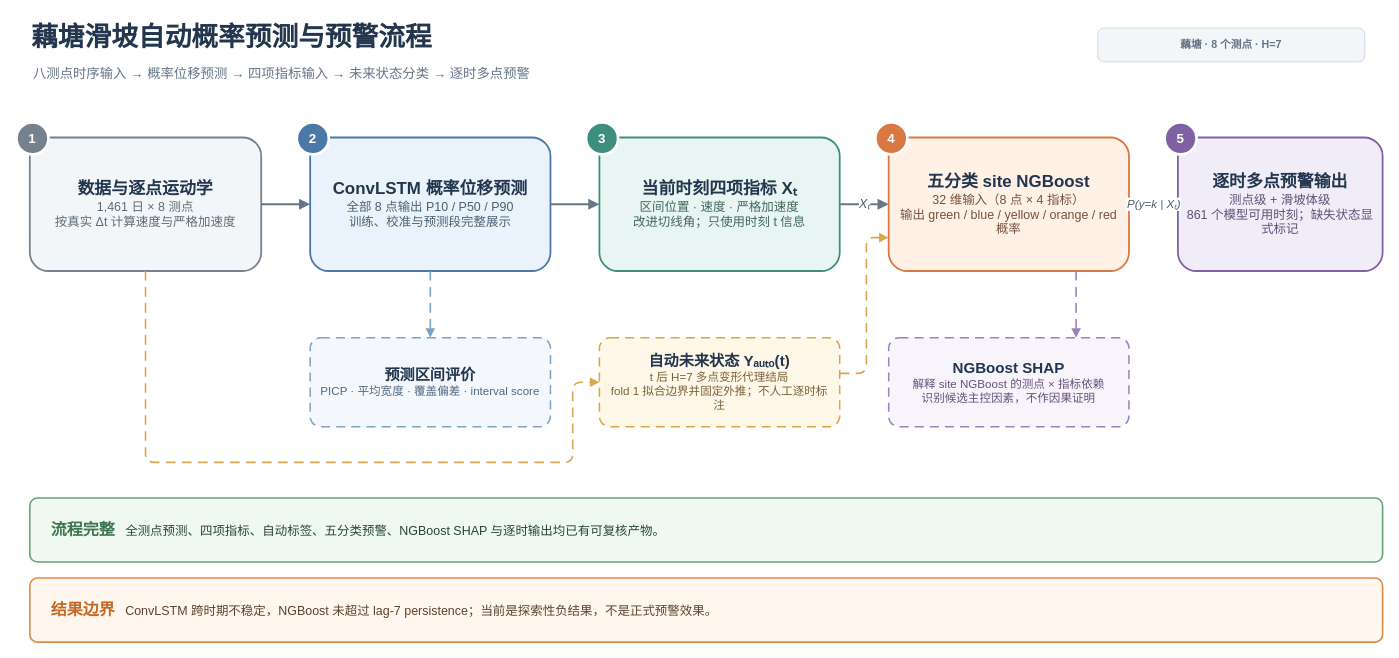
wcqqq1214/Landslide-Warning keeps this draw.io diagram as paper/figures/process_overview.drawio. Above is the earlier version. Source tidied: cells renumbered, new cells numbered last; positions are measured from the earlier drawing's top-left corner, leaving out a move shared by most shapes. Both pictures are drawn from the tidied source at 89%, with x=0, y=0 at pixel (16, 15).
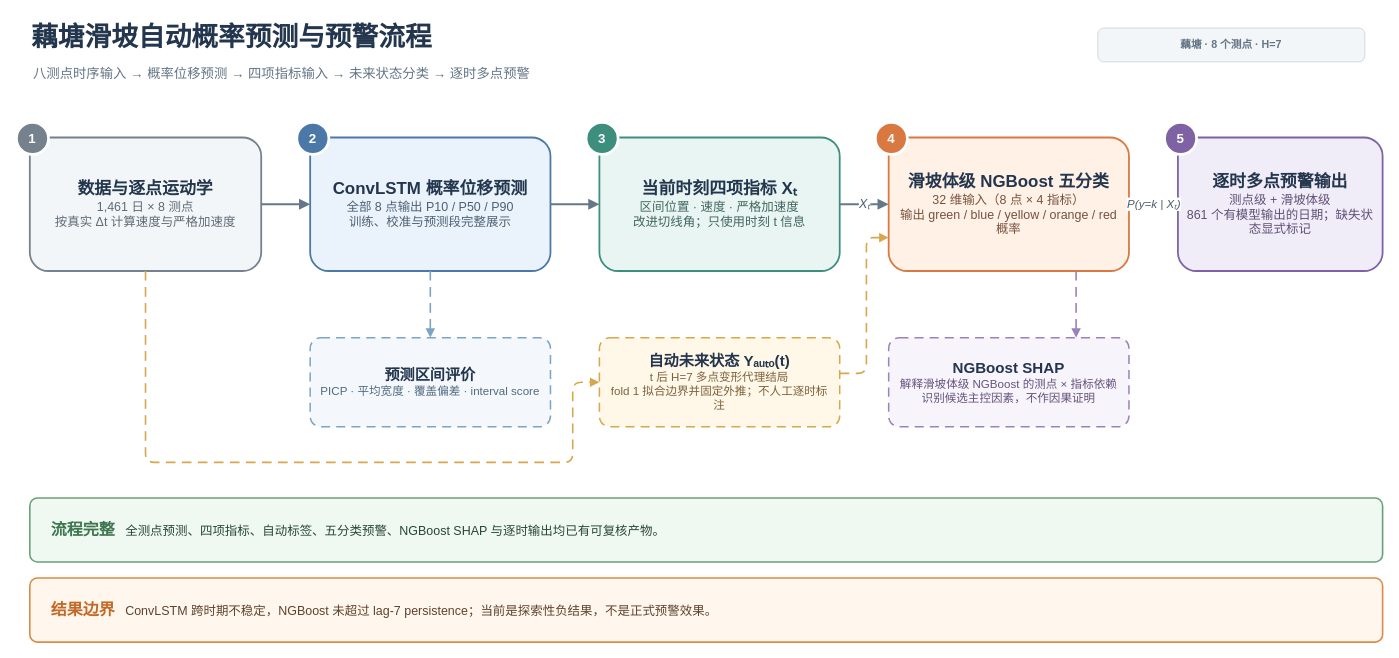
After the change.

The edit, as a diff of the source:
```diff
@@
-    <mxCell id="8" value="&lt;b&gt;&lt;font style=&quot;font-size:19px&quot;&gt;五分类 site NGBoost&lt;/font&gt;&lt;/b&gt;&lt;br&gt;&lt;font color=&quot;#76523E&quot;&gt;32 维输入（8 点 × 4 指标）&lt;br&gt;输出 green / blue / yellow / orange / red 概率&lt;/font&gt;" style="rounded=1;whiteSpace=wrap;html=1;arcSize=14;fillColor=#FFF1E6;strokeColor=#D97841;strokeWidth=2;fontFamily=PingFang SC;fontSize=14;fontColor=#23364D;align=center;verticalAlign=middle;spacing=10;shadow=0;" parent="1" vertex="1">
+    <mxCell id="8" value="&lt;b&gt;&lt;font style=&quot;font-size:19px&quot;&gt;滑坡体级 NGBoost 五分类&lt;/font&gt;&lt;/b&gt;&lt;br&gt;&lt;font color=&quot;#76523E&quot;&gt;32 维输入（8 点 × 4 指标）&lt;br&gt;输出 green / blue / yellow / orange / red 概率&lt;/font&gt;" style="rounded=1;whiteSpace=wrap;html=1;arcSize=14;fillColor=#FFF1E6;strokeColor=#D97841;strokeWidth=2;fontFamily=PingFang SC;fontSize=14;fontColor=#23364D;align=center;verticalAlign=middle;spacing=10;shadow=0;" parent="1" vertex="1">
       <mxGeometry x="980" y="137" width="270" height="150" as="geometry" />
     </mxCell>
-    <mxCell id="9" value="&lt;b&gt;&lt;font style=&quot;font-size:19px&quot;&gt;逐时多点预警输出&lt;/font&gt;&lt;/b&gt;&lt;br&gt;&lt;font color=&quot;#5F5074&quot;&gt;测点级 + 滑坡体级&lt;br&gt;861 个模型可用时刻；缺失状态显式标记&lt;/font&gt;" style="rounded=1;whiteSpace=wrap;html=1;arcSize=14;fillColor=#F0ECF8;strokeColor=#7E62A3;strokeWidth=2;fontFamily=PingFang SC;fontSize=14;fontColor=#23364D;align=center;verticalAlign=middle;spacing=10;shadow=0;" parent="1" vertex="1">
+    <mxCell id="9" value="&lt;b&gt;&lt;font style=&quot;font-size:19px&quot;&gt;逐时多点预警输出&lt;/font&gt;&lt;/b&gt;&lt;br&gt;&lt;font color=&quot;#5F5074&quot;&gt;测点级 + 滑坡体级&lt;br&gt;861 个有模型输出的日期；缺失状态显式标记&lt;/font&gt;" style="rounded=1;whiteSpace=wrap;html=1;arcSize=14;fillColor=#F0ECF8;strokeColor=#7E62A3;strokeWidth=2;fontFamily=PingFang SC;fontSize=14;fontColor=#23364D;align=center;verticalAlign=middle;spacing=10;shadow=0;" parent="1" vertex="1">
       <mxGeometry x="1305" y="137" width="230" height="150" as="geometry" />
     </mxCell>
@@
-    <mxCell id="21" value="&lt;b&gt;&lt;font style=&quot;font-size:17px&quot;&gt;NGBoost SHAP&lt;/font&gt;&lt;/b&gt;&lt;br&gt;&lt;font color=&quot;#66527C&quot;&gt;解释 site NGBoost 的测点 × 指标依赖&lt;br&gt;识别候选主控因素，不作因果证明&lt;/font&gt;" style="rounded=1;whiteSpace=wrap;html=1;arcSize=12;fillColor=#F7F4FB;strokeColor=#9B82B9;strokeWidth=1.7;dashed=1;dashPattern=6 4;fontFamily=PingFang SC;fontSize=13;fontColor=#23364D;align=center;verticalAlign=middle;spacing=8;" parent="1" vertex="1">
+    <mxCell id="21" value="&lt;b&gt;&lt;font style=&quot;font-size:17px&quot;&gt;NGBoost SHAP&lt;/font&gt;&lt;/b&gt;&lt;br&gt;&lt;font color=&quot;#66527C&quot;&gt;解释滑坡体级 NGBoost 的测点 × 指标依赖&lt;br&gt;识别候选主控因素，不作因果证明&lt;/font&gt;" style="rounded=1;whiteSpace=wrap;html=1;arcSize=12;fillColor=#F7F4FB;strokeColor=#9B82B9;strokeWidth=1.7;dashed=1;dashPattern=6 4;fontFamily=PingFang SC;fontSize=13;fontColor=#23364D;align=center;verticalAlign=middle;spacing=8;" parent="1" vertex="1">
       <mxGeometry x="980" y="362" width="270" height="100" as="geometry" />
     </mxCell>
```
